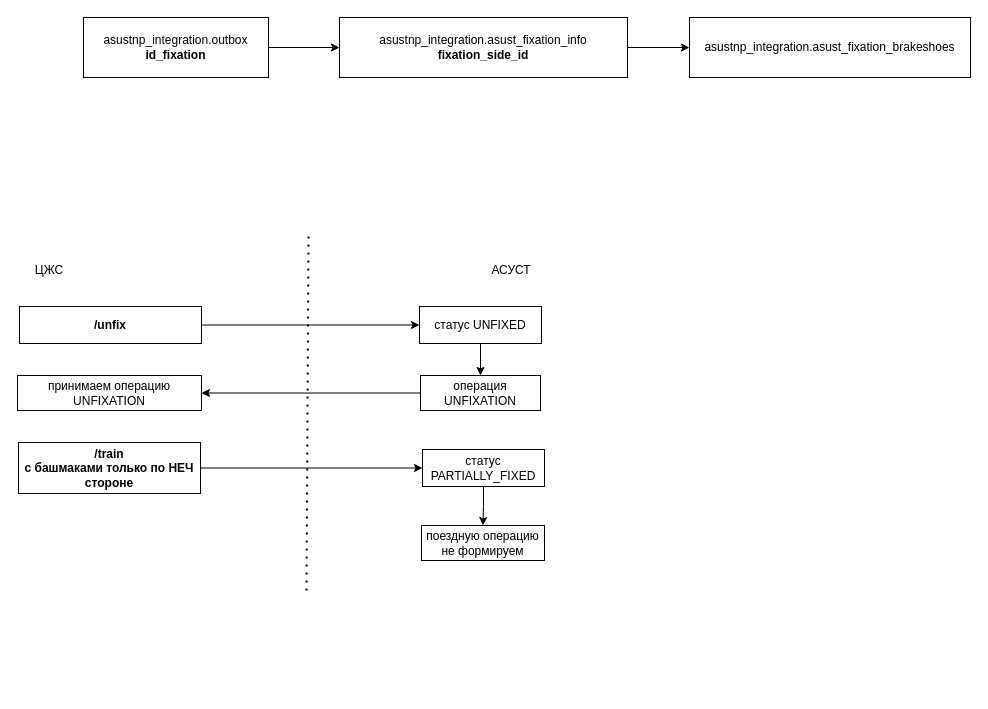
This is Диаграмма без названия.drawio from annazuzu/khozhdeniye_po_mukam_autotestov, a draw.io file, before an edit. Source tidied: cells renumbered, new cells numbered last; positions are measured from the earlier drawing's top-left corner, leaving out a move shared by most shapes. Both pictures are drawn from the tidied source at 100%, with x=0, y=0 at pixel (17, 17).
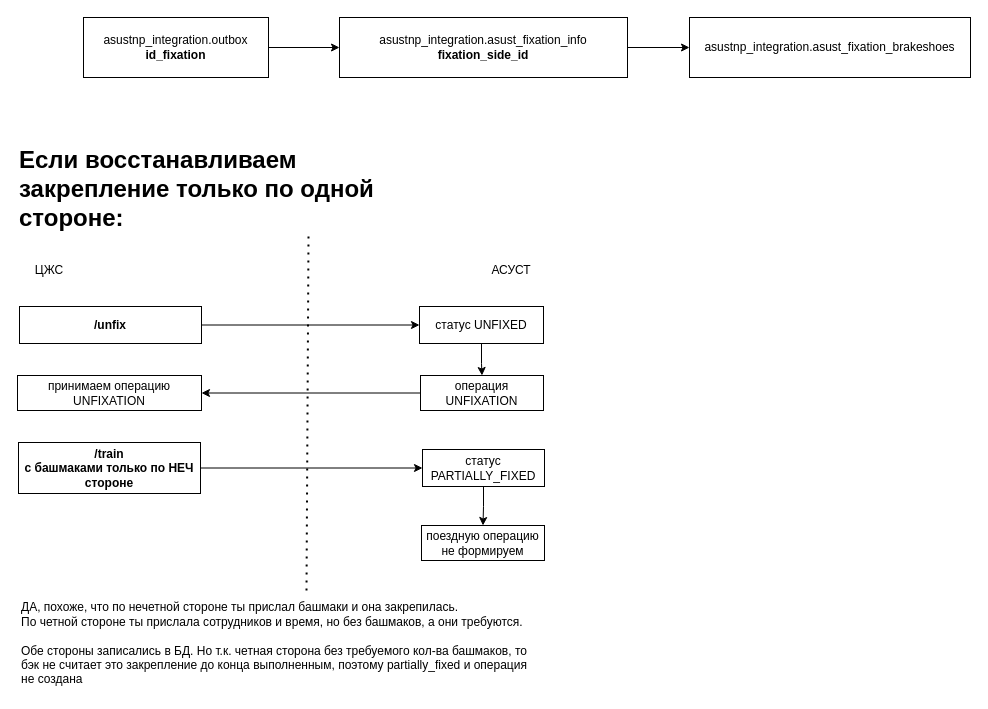
The same diagram, later.

What changed in the source:
```diff
@@
     <mxCell id="12" value="операция UNFIXATION" style="rounded=0;whiteSpace=wrap;html=1;" parent="1" vertex="1">
-      <mxGeometry x="403" y="358" width="120" height="35" as="geometry" />
+      <mxGeometry x="403" y="358" width="123" height="35" as="geometry" />
     </mxCell>
@@
     <mxCell id="14" value="статус UNFIXED" style="rounded=0;whiteSpace=wrap;html=1;" parent="1" vertex="1">
-      <mxGeometry x="402" y="289" width="122" height="37" as="geometry" />
+      <mxGeometry x="402" y="289" width="124" height="37" as="geometry" />
     </mxCell>
@@
+    <mxCell id="22" value="&lt;div&gt;&lt;div&gt;ДА, похоже, что по нечетной стороне ты прислал башмаки и она закрепилась.&lt;/div&gt;&lt;div&gt;По четной стороне ты прислала сотрудников и время, но без башмаков, а они требуются.&amp;nbsp;&lt;/div&gt;&lt;/div&gt;&lt;div&gt;&lt;br&gt;&lt;/div&gt;Обе стороны записались в БД. Но т.к. четная сторона без требуемого кол-ва башмаков, то бэк не считает это закрепление до конца выполненным, поэтому partially_fixed и операция не создана" style="text;html=1;align=left;verticalAlign=middle;whiteSpace=wrap;rounded=0;" parent="1" vertex="1">
+      <mxGeometry x="2" y="577" width="520" height="97" as="geometry" />
+    </mxCell>
+    <mxCell id="23" value="&lt;h1 style=&quot;margin-top: 0px;&quot;&gt;Если восстанавливаем закрепление только по одной стороне:&lt;/h1&gt;" style="text;html=1;whiteSpace=wrap;overflow=hidden;rounded=0;" parent="1" vertex="1">
+      <mxGeometry y="122" width="392" height="108" as="geometry" />
+    </mxCell>
```
